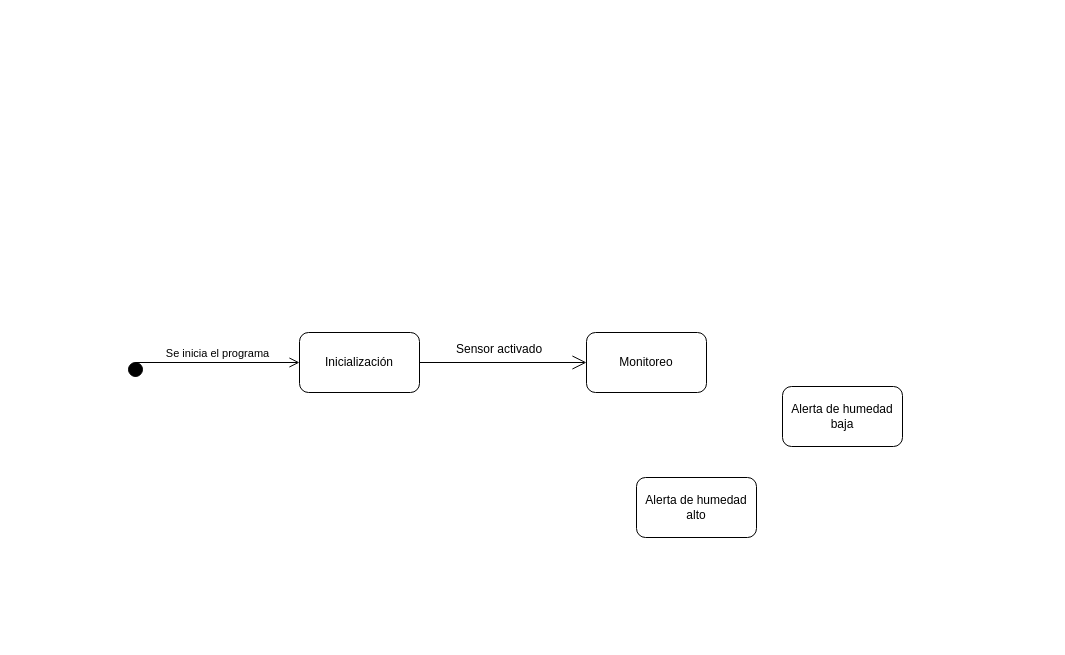
Earlier version of the draw.io diagram DiagramaEstadoSensorSuelo.drawio (Leche-de-flamenco/Proyecto-ETS). Source tidied: cells renumbered, new cells numbered last; positions are measured from the earlier drawing's top-left corner, leaving out a move shared by most shapes. Both pictures are drawn from the tidied source at 100%, with x=0, y=0 at pixel (135, 332).
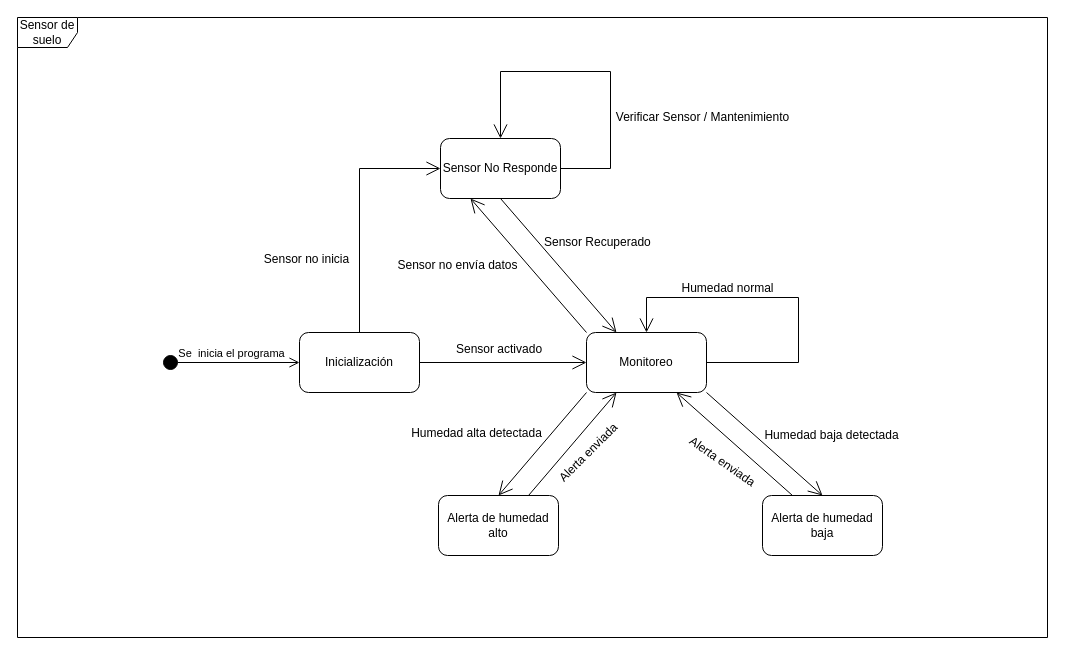
Above is the later version.

Unchanged cells that the change refers to:
```xml
<mxCell id="3" value="Inicialización" style="rounded=1;whiteSpace=wrap;html=1;" parent="1" vertex="1">
  <mxGeometry x="164" width="120" height="60" as="geometry" />
</mxCell>
<mxCell id="4" value="Monitoreo" style="rounded=1;whiteSpace=wrap;html=1;" parent="1" vertex="1">
  <mxGeometry x="451" width="120" height="60" as="geometry" />
</mxCell>
```

Change to the diagram source:
```diff
@@
-    <mxCell id="2" value="Se inicia el programa" style="html=1;verticalAlign=bottom;startArrow=circle;startFill=1;endArrow=open;startSize=6;endSize=8;edgeStyle=elbowEdgeStyle;elbow=vertical;curved=0;rounded=0;entryX=0;entryY=0.5;entryDx=0;entryDy=0;" parent="1" edge="1" target="3">
-      <mxGeometry relative="1" as="geometry">
-        <mxPoint y="29" as="sourcePoint" />
-      </mxGeometry>
-    </mxCell>
@@
     <mxCell id="7" value="Alerta de humedad alto" style="rounded=1;whiteSpace=wrap;html=1;" parent="1" vertex="1">
-      <mxGeometry x="501" y="145" width="120" height="60" as="geometry" />
+      <mxGeometry x="303" y="163" width="120" height="60" as="geometry" />
     </mxCell>
     <mxCell id="8" value="Alerta de humedad baja" style="rounded=1;whiteSpace=wrap;html=1;" parent="1" vertex="1">
-      <mxGeometry x="647" y="54" width="120" height="60" as="geometry" />
+      <mxGeometry x="627" y="163" width="120" height="60" as="geometry" />
     </mxCell>
+    <mxCell id="2" value="Se&amp;nbsp; inicia el programa" style="html=1;verticalAlign=bottom;startArrow=circle;startFill=1;endArrow=open;startSize=6;endSize=8;edgeStyle=elbowEdgeStyle;elbow=vertical;curved=0;rounded=0;entryX=0;entryY=0.5;entryDx=0;entryDy=0;" parent="1" edge="1" target="3">
+      <mxGeometry relative="1" as="geometry">
+        <mxPoint x="27" y="30" as="sourcePoint" />
+      </mxGeometry>
+    </mxCell>
+    <mxCell id="9" style="endArrow=open;endFill=1;endSize=12;html=1;rounded=0;exitX=1;exitY=0.5;exitDx=0;exitDy=0;entryX=0.5;entryY=0;entryDx=0;entryDy=0;" parent="1" edge="1" source="4" target="4">
+      <mxGeometry relative="1" as="geometry">
+        <Array as="points">
+          <mxPoint x="663" y="30" />
+          <mxPoint x="663" y="-35" />
+          <mxPoint x="511" y="-35" />
+        </Array>
+      </mxGeometry>
+    </mxCell>
+    <mxCell id="10" value="Humedad normal" style="text;html=1;align=center;verticalAlign=middle;strokeColor=none;fillColor=none;" parent="1" vertex="1">
+      <mxGeometry x="537" y="-57" width="110" height="26" as="geometry" />
+    </mxCell>
+    <mxCell id="11" value="Humedad baja detectada" style="text;html=1;align=center;verticalAlign=middle;strokeColor=none;fillColor=none;" parent="1" vertex="1">
+      <mxGeometry x="620" y="90" width="152" height="26" as="geometry" />
+    </mxCell>
+    <mxCell id="12" value="Humedad alta detectada" style="text;html=1;align=center;verticalAlign=middle;strokeColor=none;fillColor=none;" parent="1" vertex="1">
+      <mxGeometry x="266" y="88" width="149" height="26" as="geometry" />
+    </mxCell>
+    <mxCell id="13" value="Alerta enviada" style="text;html=1;align=center;verticalAlign=middle;strokeColor=none;fillColor=none;rotation=35;" parent="1" vertex="1">
+      <mxGeometry x="539" y="116" width="95" height="26" as="geometry" />
+    </mxCell>
+    <mxCell id="14" style="endArrow=open;endFill=1;endSize=12;html=1;rounded=0;exitX=1;exitY=1;exitDx=0;exitDy=0;entryX=0.5;entryY=0;entryDx=0;entryDy=0;" parent="1" edge="1" source="4" target="8">
+      <mxGeometry relative="1" as="geometry" />
+    </mxCell>
+    <mxCell id="15" style="endArrow=open;endFill=1;endSize=12;html=1;rounded=0;exitX=0;exitY=1;exitDx=0;exitDy=0;entryX=0.5;entryY=0;entryDx=0;entryDy=0;" parent="1" edge="1" source="4" target="7">
+      <mxGeometry relative="1" as="geometry" />
+    </mxCell>
+    <mxCell id="16" style="endArrow=open;endFill=1;endSize=12;html=1;rounded=0;exitX=0.75;exitY=0;exitDx=0;exitDy=0;entryX=0.25;entryY=1;entryDx=0;entryDy=0;" parent="1" edge="1" source="7" target="4">
+      <mxGeometry relative="1" as="geometry" />
+    </mxCell>
+    <mxCell id="17" style="endArrow=open;endFill=1;endSize=12;html=1;rounded=0;entryX=0.75;entryY=1;entryDx=0;entryDy=0;exitX=0.25;exitY=0;exitDx=0;exitDy=0;" parent="1" edge="1" source="8" target="4">
+      <mxGeometry relative="1" as="geometry" />
+    </mxCell>
+    <mxCell id="18" value="Alerta enviada" style="text;html=1;align=center;verticalAlign=middle;strokeColor=none;fillColor=none;rotation=-45;" parent="1" vertex="1">
+      <mxGeometry x="405" y="108" width="95" height="26" as="geometry" />
+    </mxCell>
+    <mxCell id="19" value="Sensor No Responde" style="rounded=1;whiteSpace=wrap;html=1;" parent="1" vertex="1">
+      <mxGeometry x="305" y="-194" width="120" height="60" as="geometry" />
+    </mxCell>
+    <mxCell id="20" style="endArrow=open;endFill=1;endSize=12;html=1;rounded=0;entryX=0.25;entryY=1;entryDx=0;entryDy=0;exitX=0;exitY=0;exitDx=0;exitDy=0;" parent="1" edge="1" source="4" target="19">
+      <mxGeometry relative="1" as="geometry" />
+    </mxCell>
+    <mxCell id="21" value="Sensor no envía datos" style="text;html=1;align=center;verticalAlign=middle;strokeColor=none;fillColor=none;" parent="1" vertex="1">
+      <mxGeometry x="253" y="-80" width="138" height="26" as="geometry" />
+    </mxCell>
+    <mxCell id="22" style="endArrow=open;endFill=1;endSize=12;html=1;rounded=0;exitX=1;exitY=0.5;exitDx=0;exitDy=0;entryX=0.5;entryY=0;entryDx=0;entryDy=0;" parent="1" edge="1" source="19" target="19">
+      <mxGeometry relative="1" as="geometry">
+        <Array as="points">
+          <mxPoint x="475" y="-164" />
+          <mxPoint x="475" y="-261" />
+          <mxPoint x="365" y="-261" />
+        </Array>
+      </mxGeometry>
+    </mxCell>
+    <mxCell id="23" value="Verificar Sensor / Mantenimiento" style="text;html=1;align=center;verticalAlign=middle;strokeColor=none;fillColor=none;" parent="1" vertex="1">
+      <mxGeometry x="471" y="-228" width="191" height="26" as="geometry" />
+    </mxCell>
+    <mxCell id="24" style="endArrow=open;endFill=1;endSize=12;html=1;rounded=0;exitX=0.5;exitY=1;exitDx=0;exitDy=0;entryX=0.25;entryY=0;entryDx=0;entryDy=0;" parent="1" edge="1" source="19" target="4">
+      <mxGeometry relative="1" as="geometry" />
+    </mxCell>
+    <mxCell id="25" value="Sensor Recuperado" style="text;whiteSpace=wrap;html=1;" parent="1" vertex="1">
+      <mxGeometry x="407" y="-104" width="135" height="36" as="geometry" />
+    </mxCell>
+    <mxCell id="26" style="endArrow=open;endFill=1;endSize=12;html=1;rounded=0;entryX=0;entryY=0.5;entryDx=0;entryDy=0;" parent="1" edge="1" source="3" target="19">
+      <mxGeometry relative="1" as="geometry">
+        <Array as="points">
+          <mxPoint x="224" y="-164" />
+        </Array>
+      </mxGeometry>
+    </mxCell>
+    <mxCell id="27" value="Sensor no inicia" style="text;html=1;align=center;verticalAlign=middle;strokeColor=none;fillColor=none;" parent="1" vertex="1">
+      <mxGeometry x="119" y="-86" width="103" height="26" as="geometry" />
+    </mxCell>
+    <mxCell id="28" value="Sensor de suelo" style="shape=umlFrame;whiteSpace=wrap;html=1;" parent="1" vertex="1">
+      <mxGeometry x="-118" y="-315" width="1030" height="620" as="geometry" />
+    </mxCell>
```
